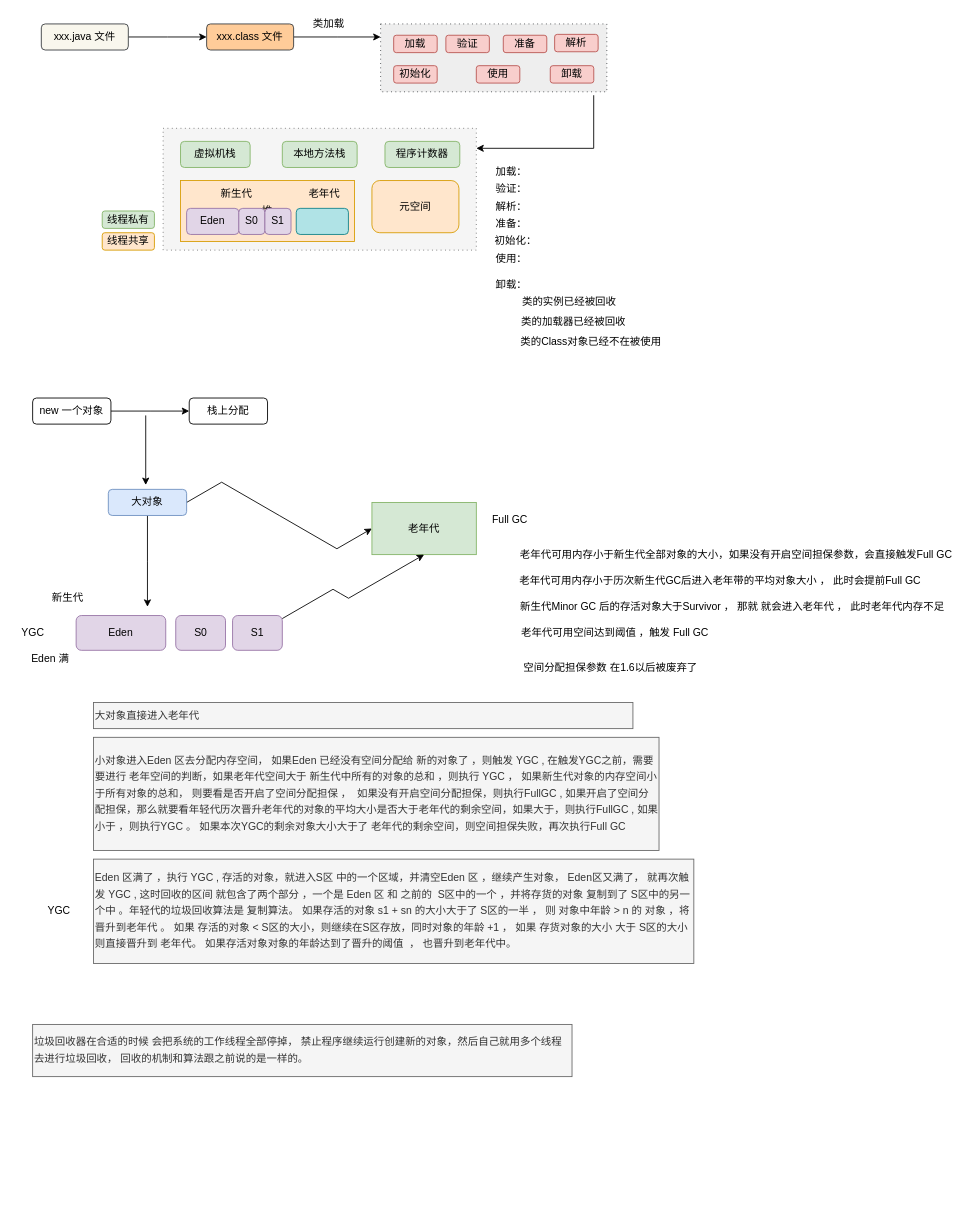
Earlier version of the draw.io diagram page "原理知识" (1 of 3) of JVM.drawio (topyuluo/photo-project). Source tidied: cells renumbered, new cells numbered last; positions are measured from the earlier drawing's top-left corner, leaving out a move shared by most shapes. Both pictures are drawn from the tidied source at 87%, with x=0, y=0 at pixel (15, 15).
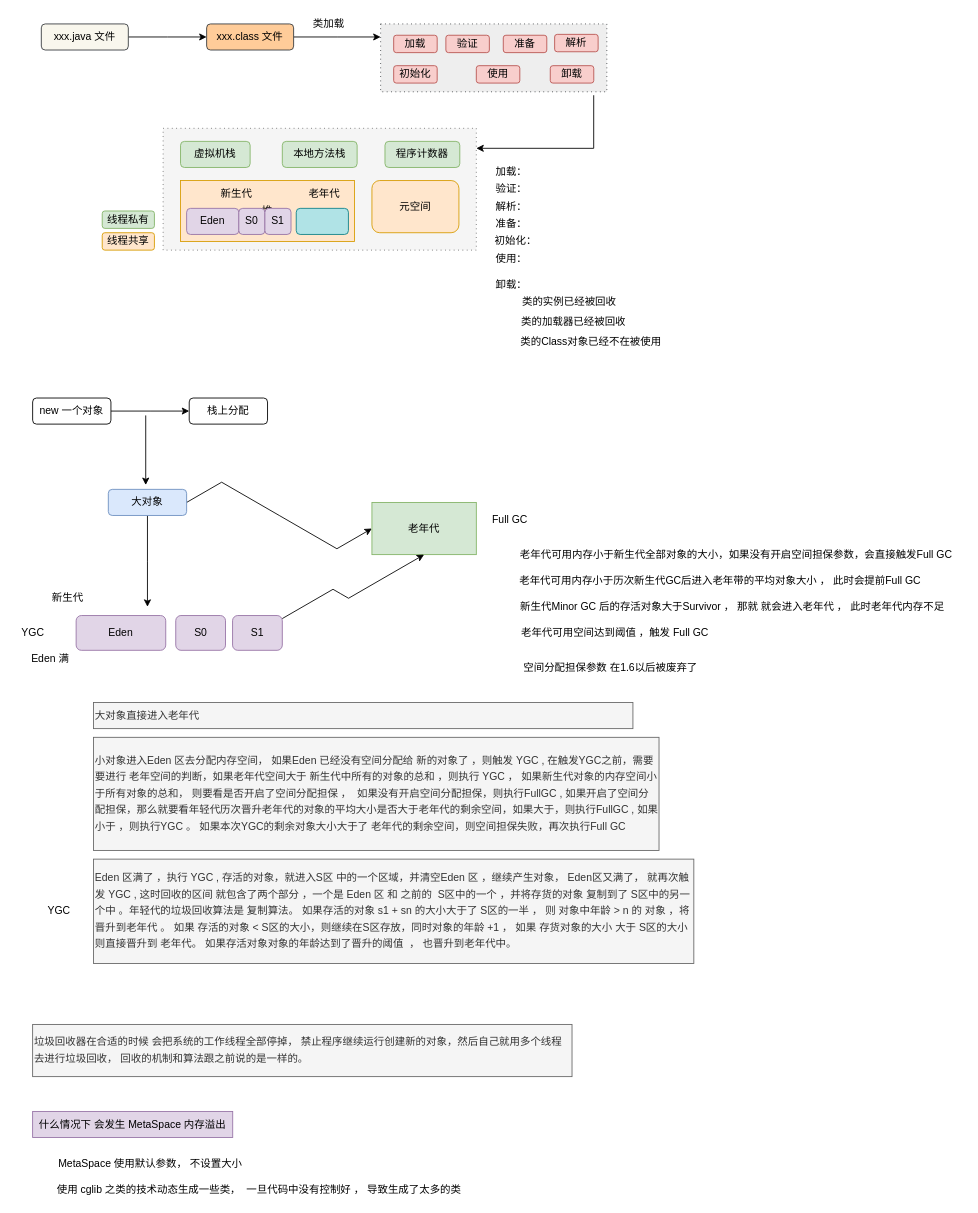
The same diagram, later.

What changed in the source:
```diff
@@
+    <mxCell id="68" value="什么情况下 会发生 MetaSpace 内存溢出" style="text;html=1;strokeColor=#9673a6;fillColor=#e1d5e7;align=center;verticalAlign=middle;whiteSpace=wrap;rounded=0;" parent="1" vertex="1">
+      <mxGeometry x="20" y="1260" width="230" height="30" as="geometry" />
+    </mxCell>
+    <mxCell id="69" value="MetaSpace 使用默认参数， 不设置大小" style="text;html=1;align=center;verticalAlign=middle;strokeColor=none;" parent="1" vertex="1">
+      <mxGeometry x="40" y="1310" width="230" height="20" as="geometry" />
+    </mxCell>
+    <mxCell id="70" value="使用 cglib 之类的技术动态生成一些类，&amp;nbsp; 一旦代码中没有控制好 ， 导致生成了太多的类" style="text;html=1;align=center;verticalAlign=middle;strokeColor=none;" parent="1" vertex="1">
+      <mxGeometry x="40" y="1340" width="480" height="20" as="geometry" />
+    </mxCell>
```
